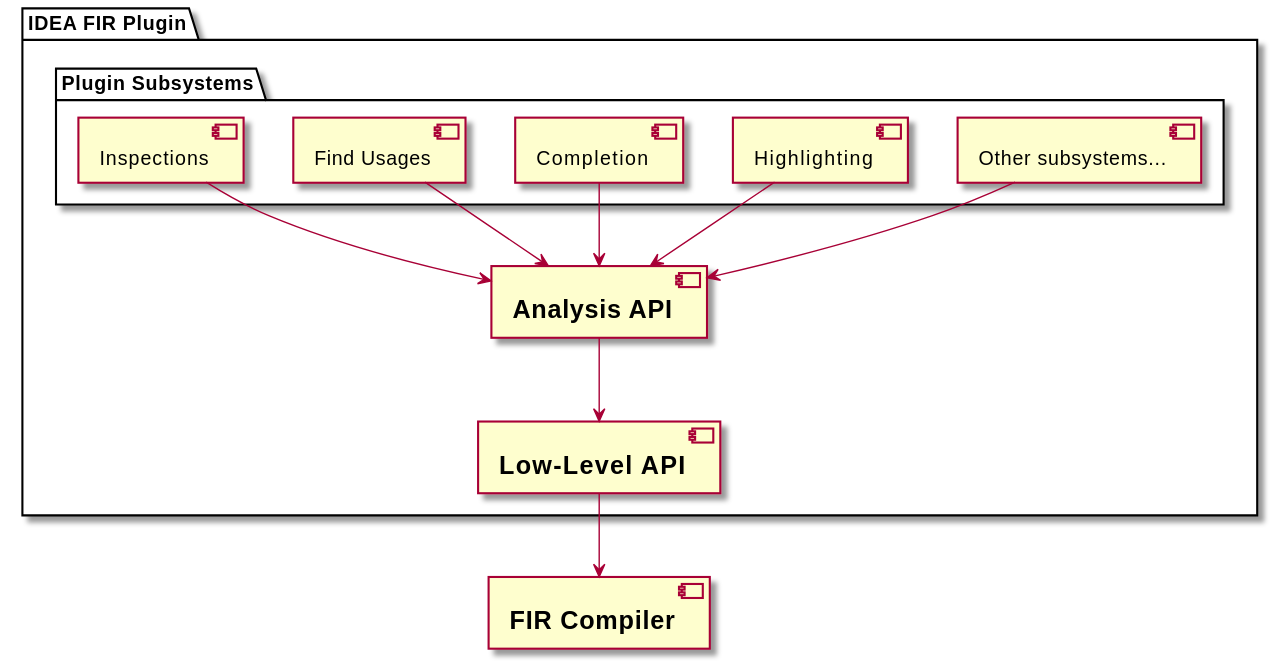
The PlantUML diagram plugins/kotlin/docs/fir-ide/architecture/images/general-architecture.svg in JetBrains/intellij-community, before a commit. The source it was exported from:
```plantuml
@startuml

component fir[
= FIR Compiler
]

package "IDEA FIR Plugin" {
    component ll [
    = Low-Level API
    ]

    component analysis [
    = Analysis API
    ]

    package "Plugin Subsystems" {
        [Other subsystems...]
        [Highlighting]
        [Completion]
        [Find Usages]
        [Inspections]
    }
}

[Highlighting] --> [analysis]
[Completion]   --> [analysis]
[Find Usages]  --> [analysis]
[Inspections]  --> [analysis]
[Other subsystems...]  -->[analysis]


[analysis] --> [ll]
[ll] --> [fir]

@enduml
```
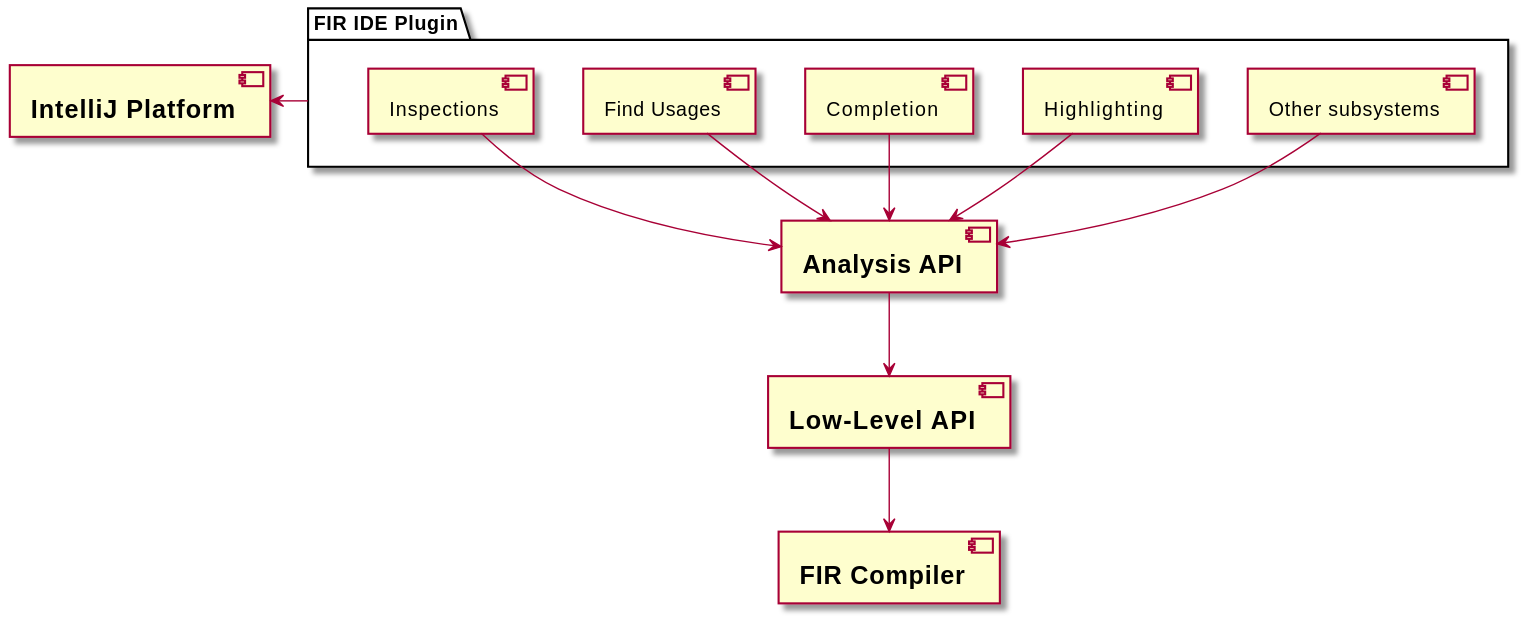
Later version of the same file.

Commit message:
FIR IDE: add IntelliJ platform dependency to general-architecture.md

GitOrigin-RevId: fd6be12901da65ad63bbe7f237ba2060c8b0b98b

Diff of the diagram source:
```diff
@@ -4,30 +4,34 @@
 = FIR Compiler
 ]
 
-package "IDEA FIR Plugin" {
-    component ll [
-    = Low-Level API
-    ]
+component ll [
+= Low-Level API
+]
 
-    component analysis [
-    = Analysis API
-    ]
+component analysis [
+= Analysis API
+]
 
-    package "Plugin Subsystems" {
-        [Other subsystems...]
-        [Highlighting]
-        [Completion]
-        [Find Usages]
-        [Inspections]
-    }
+
+component ij [
+= IntelliJ Platform
+]
+
+package "FIR IDE Plugin" as plugin {
+    [Other subsystems]
+    [Highlighting]
+    [Completion]
+    [Find Usages]
+    [Inspections]
 }
+
 
 [Highlighting] --> [analysis]
 [Completion]   --> [analysis]
 [Find Usages]  --> [analysis]
 [Inspections]  --> [analysis]
-[Other subsystems...]  -->[analysis]
-
+[Other subsystems] --> [analysis]
+plugin -l-> [ij]
 
 [analysis] --> [ll]
 [ll] --> [fir]
```
